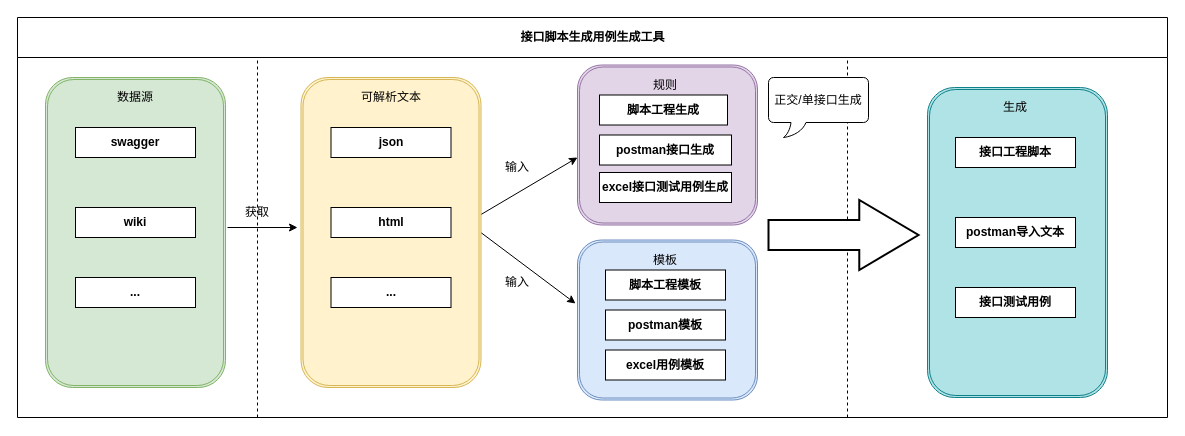
Above: Untitled Diagram.drawio in zsh286380647/zsh (draw.io), before the change. Source tidied: cells renumbered, new cells numbered last; positions are measured from the earlier drawing's top-left corner, leaving out a move shared by most shapes. Both pictures are drawn from the tidied source at 100%, with x=0, y=0 at pixel (17, 17).
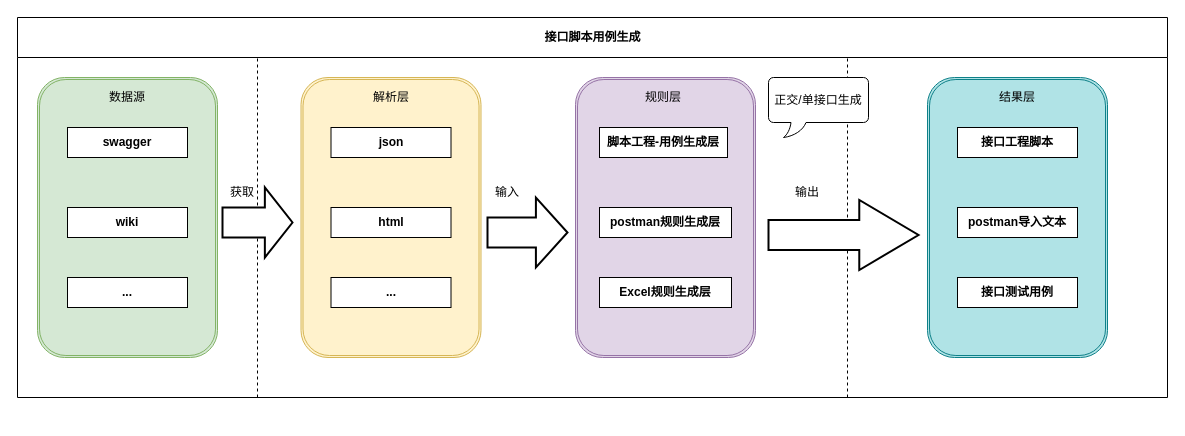
Above is the later version.

The edit, as a diff of the source:
```diff
@@
-    <mxCell id="2" value="接口脚本生成用例生成工具" style="swimlane;html=1;startSize=40;horizontal=1;containerType=tree;glass=0;" parent="1" vertex="1">
-      <mxGeometry width="1150" height="400" as="geometry" />
+    <mxCell id="2" value="接口脚本用例生成" style="swimlane;html=1;startSize=40;horizontal=1;containerType=tree;glass=0;" parent="1" vertex="1">
+      <mxGeometry width="1150" height="380" as="geometry" />
     </mxCell>
     <mxCell id="3" style="shape=ext;double=1;rounded=1;whiteSpace=wrap;html=1;fillColor=#d5e8d4;strokeColor=#82b366;" parent="2" vertex="1">
-      <mxGeometry x="28" y="60" width="180" height="310" as="geometry" />
+      <mxGeometry x="20" y="60" width="180" height="280" as="geometry" />
     </mxCell>
     <mxCell id="4" value="&lt;b&gt;swagger&lt;/b&gt;" style="rounded=0;whiteSpace=wrap;html=1;" parent="2" vertex="1">
-      <mxGeometry x="58" y="110" width="120" height="30" as="geometry" />
+      <mxGeometry x="50" y="110" width="120" height="30" as="geometry" />
     </mxCell>
     <mxCell id="5" value="&lt;b&gt;wiki&lt;/b&gt;" style="rounded=0;whiteSpace=wrap;html=1;" parent="2" vertex="1">
-      <mxGeometry x="58" y="190" width="120" height="30" as="geometry" />
+      <mxGeometry x="50" y="190" width="120" height="30" as="geometry" />
     </mxCell>
     <mxCell id="6" value="&lt;b&gt;...&lt;/b&gt;" style="rounded=0;whiteSpace=wrap;html=1;" parent="2" vertex="1">
-      <mxGeometry x="58" y="260" width="120" height="30" as="geometry" />
+      <mxGeometry x="50" y="260" width="120" height="30" as="geometry" />
     </mxCell>
     <mxCell id="7" value="数据源" style="text;html=1;strokeColor=none;fillColor=none;align=center;verticalAlign=middle;whiteSpace=wrap;rounded=0;" parent="2" vertex="1">
-      <mxGeometry x="98" y="70" width="40" height="20" as="geometry" />
+      <mxGeometry x="90" y="70" width="40" height="20" as="geometry" />
     </mxCell>
     <mxCell id="8" style="shape=ext;double=1;rounded=1;whiteSpace=wrap;html=1;fillColor=#b0e3e6;strokeColor=#0e8088;" parent="2" vertex="1">
-      <mxGeometry x="910" y="70" width="180" height="310" as="geometry" />
+      <mxGeometry x="910" y="60" width="180" height="280" as="geometry" />
     </mxCell>
     <mxCell id="9" value="&lt;b&gt;接口工程脚本&lt;/b&gt;" style="rounded=0;whiteSpace=wrap;html=1;" parent="2" vertex="1">
-      <mxGeometry x="938" y="120" width="120" height="30" as="geometry" />
+      <mxGeometry x="940" y="110" width="120" height="30" as="geometry" />
     </mxCell>
     <mxCell id="10" value="&lt;b&gt;postman导入文本&lt;/b&gt;" style="rounded=0;whiteSpace=wrap;html=1;" parent="2" vertex="1">
-      <mxGeometry x="938" y="200" width="120" height="30" as="geometry" />
+      <mxGeometry x="940" y="190" width="120" height="30" as="geometry" />
     </mxCell>
     <mxCell id="11" value="&lt;b&gt;接口测试用例&lt;/b&gt;" style="rounded=0;whiteSpace=wrap;html=1;" parent="2" vertex="1">
-      <mxGeometry x="938" y="270" width="120" height="30" as="geometry" />
+      <mxGeometry x="940" y="260" width="120" height="30" as="geometry" />
     </mxCell>
-    <mxCell id="12" value="生成" style="text;html=1;strokeColor=none;fillColor=none;align=center;verticalAlign=middle;whiteSpace=wrap;rounded=0;" parent="2" vertex="1">
-      <mxGeometry x="978" y="80" width="40" height="20" as="geometry" />
+    <mxCell id="12" value="结果层" style="text;html=1;strokeColor=none;fillColor=none;align=center;verticalAlign=middle;whiteSpace=wrap;rounded=0;" parent="2" vertex="1">
+      <mxGeometry x="980" y="70" width="40" height="20" as="geometry" />
     </mxCell>
-    <mxCell id="13" style="shape=ext;double=1;rounded=1;whiteSpace=wrap;html=1;fillColor=#dae8fc;strokeColor=#6c8ebf;" parent="2" vertex="1">
-      <mxGeometry x="560" y="222.5" width="180" height="160" as="geometry" />
-    </mxCell>
-    <mxCell id="14" value="&lt;b&gt;脚本工程模板&lt;/b&gt;" style="rounded=0;whiteSpace=wrap;html=1;" parent="2" vertex="1">
-      <mxGeometry x="588" y="252.5" width="120" height="30" as="geometry" />
-    </mxCell>
-    <mxCell id="15" value="&lt;b&gt;postman模板&lt;/b&gt;" style="rounded=0;whiteSpace=wrap;html=1;" parent="2" vertex="1">
-      <mxGeometry x="588" y="292.5" width="120" height="30" as="geometry" />
-    </mxCell>
-    <mxCell id="16" value="&lt;b&gt;excel用例模板&lt;/b&gt;" style="rounded=0;whiteSpace=wrap;html=1;" parent="2" vertex="1">
-      <mxGeometry x="588" y="332.5" width="120" height="30" as="geometry" />
-    </mxCell>
-    <mxCell id="17" value="模板" style="text;html=1;strokeColor=none;fillColor=none;align=center;verticalAlign=middle;whiteSpace=wrap;rounded=0;" parent="2" vertex="1">
-      <mxGeometry x="619" y="232.5" width="58" height="20" as="geometry" />
-    </mxCell>
     <mxCell id="18" style="shape=ext;double=1;rounded=1;whiteSpace=wrap;html=1;fillColor=#e1d5e7;strokeColor=#9673a6;" parent="2" vertex="1">
-      <mxGeometry x="560" y="47.5" width="180" height="160" as="geometry" />
+      <mxGeometry x="558" y="60" width="180" height="280" as="geometry" />
     </mxCell>
-    <mxCell id="19" value="&lt;b&gt;脚本工程生成&lt;/b&gt;" style="rounded=0;whiteSpace=wrap;html=1;" parent="2" vertex="1">
-      <mxGeometry x="582" y="77.5" width="128" height="30" as="geometry" />
+    <mxCell id="19" value="&lt;b&gt;脚本工程-用例生成层&lt;/b&gt;" style="rounded=0;whiteSpace=wrap;html=1;" parent="2" vertex="1">
+      <mxGeometry x="582" y="110" width="128" height="30" as="geometry" />
     </mxCell>
-    <mxCell id="20" value="&lt;b&gt;postman接口生成&lt;/b&gt;" style="rounded=0;whiteSpace=wrap;html=1;" parent="2" vertex="1">
-      <mxGeometry x="582" y="117.5" width="132" height="30" as="geometry" />
+    <mxCell id="20" value="&lt;b&gt;postman规则生成层&lt;/b&gt;" style="rounded=0;whiteSpace=wrap;html=1;" parent="2" vertex="1">
+      <mxGeometry x="582" y="190" width="132" height="30" as="geometry" />
     </mxCell>
-    <mxCell id="21" value="&lt;b&gt;excel接口测试用例生成&lt;/b&gt;" style="rounded=0;whiteSpace=wrap;html=1;" parent="2" vertex="1">
-      <mxGeometry x="582" y="155" width="132" height="30" as="geometry" />
+    <mxCell id="21" value="&lt;b&gt;Excel规则生成层&lt;/b&gt;" style="rounded=0;whiteSpace=wrap;html=1;" parent="2" vertex="1">
+      <mxGeometry x="582" y="260" width="132" height="30" as="geometry" />
     </mxCell>
-    <mxCell id="22" value="规则" style="text;html=1;strokeColor=none;fillColor=none;align=center;verticalAlign=middle;whiteSpace=wrap;rounded=0;" parent="2" vertex="1">
-      <mxGeometry x="619" y="57.5" width="58" height="20" as="geometry" />
+    <mxCell id="22" value="规则层" style="text;html=1;strokeColor=none;fillColor=none;align=center;verticalAlign=middle;whiteSpace=wrap;rounded=0;" parent="2" vertex="1">
+      <mxGeometry x="617" y="70" width="58" height="20" as="geometry" />
     </mxCell>
-    <mxCell id="23" style="endArrow=classic;html=1;" parent="2" edge="1">
-      <mxGeometry relative="1" as="geometry">
-        <mxPoint x="450" y="205" as="sourcePoint" />
-        <mxPoint x="560" y="140" as="targetPoint" />
-      </mxGeometry>
-    </mxCell>
-    <mxCell id="24" style="endArrow=classic;html=1;entryX=-0.011;entryY=0.397;entryDx=0;entryDy=0;entryPerimeter=0;" parent="2" edge="1" target="13">
-      <mxGeometry relative="1" as="geometry">
-        <mxPoint x="450" y="205" as="sourcePoint" />
-      </mxGeometry>
-    </mxCell>
-    <mxCell id="25" value="输入" style="text;html=1;strokeColor=none;fillColor=none;align=center;verticalAlign=middle;whiteSpace=wrap;rounded=0;" parent="2" vertex="1">
-      <mxGeometry x="480" y="140" width="40" height="20" as="geometry" />
-    </mxCell>
-    <mxCell id="26" value="输入" style="text;html=1;strokeColor=none;fillColor=none;align=center;verticalAlign=middle;whiteSpace=wrap;rounded=0;" parent="2" vertex="1">
-      <mxGeometry x="480" y="255" width="40" height="20" as="geometry" />
-    </mxCell>
     <mxCell id="27" value="获取" style="text;html=1;strokeColor=none;fillColor=none;align=center;verticalAlign=middle;whiteSpace=wrap;rounded=0;" parent="2" vertex="1">
-      <mxGeometry x="220" y="185" width="40" height="20" as="geometry" />
+      <mxGeometry x="205" y="165" width="40" height="20" as="geometry" />
     </mxCell>
     <mxCell id="28" style="endArrow=none;dashed=1;html=1;" parent="2" edge="1">
       <mxGeometry relative="1" as="geometry">
-        <mxPoint x="240" y="400" as="sourcePoint" />
+        <mxPoint x="240" y="380" as="sourcePoint" />
         <mxPoint x="240" y="41" as="targetPoint" />
       </mxGeometry>
     </mxCell>
-    <mxCell id="29" style="endArrow=classic;html=1;" parent="2" edge="1">
-      <mxGeometry relative="1" as="geometry">
-        <mxPoint x="210" y="210" as="sourcePoint" />
-        <mxPoint x="280" y="210" as="targetPoint" />
-      </mxGeometry>
-    </mxCell>
     <mxCell id="30" style="shape=ext;double=1;rounded=1;whiteSpace=wrap;html=1;fillColor=#fff2cc;strokeColor=#d6b656;" parent="2" vertex="1">
-      <mxGeometry x="283.5" y="60" width="180" height="310" as="geometry" />
+      <mxGeometry x="283.5" y="60" width="180" height="280" as="geometry" />
     </mxCell>
@@
-    <mxCell id="34" value="可解析文本" style="text;html=1;strokeColor=none;fillColor=none;align=center;verticalAlign=middle;whiteSpace=wrap;rounded=0;" parent="2" vertex="1">
+    <mxCell id="34" value="解析层" style="text;html=1;strokeColor=none;fillColor=none;align=center;verticalAlign=middle;whiteSpace=wrap;rounded=0;" parent="2" vertex="1">
       <mxGeometry x="342" y="70" width="63.5" height="20" as="geometry" />
     </mxCell>
     <mxCell id="35" style="endArrow=none;dashed=1;html=1;" parent="2" edge="1">
       <mxGeometry relative="1" as="geometry">
-        <mxPoint x="830" y="400" as="sourcePoint" />
+        <mxPoint x="830" y="380" as="sourcePoint" />
         <mxPoint x="830" y="41" as="targetPoint" />
       </mxGeometry>
     </mxCell>
@@
+    <mxCell id="38" style="shape=mxgraph.arrows.arrow_right;html=1;verticalLabelPosition=bottom;verticalAlign=top;strokeWidth=2;strokeColor=#000000;" parent="2" vertex="1">
+      <mxGeometry x="470" y="180" width="80" height="70" as="geometry" />
+    </mxCell>
+    <mxCell id="39" value="输入" style="text;html=1;strokeColor=none;fillColor=none;align=center;verticalAlign=middle;whiteSpace=wrap;rounded=0;" parent="2" vertex="1">
+      <mxGeometry x="470" y="165" width="40" height="20" as="geometry" />
+    </mxCell>
+    <mxCell id="40" value="输出" style="text;html=1;strokeColor=none;fillColor=none;align=center;verticalAlign=middle;whiteSpace=wrap;rounded=0;" parent="2" vertex="1">
+      <mxGeometry x="770" y="165" width="40" height="20" as="geometry" />
+    </mxCell>
+    <mxCell id="41" style="shape=mxgraph.arrows.arrow_right;html=1;verticalLabelPosition=bottom;verticalAlign=top;strokeWidth=2;strokeColor=#000000;" parent="2" vertex="1">
+      <mxGeometry x="205" y="170" width="70" height="70" as="geometry" />
+    </mxCell>
```
